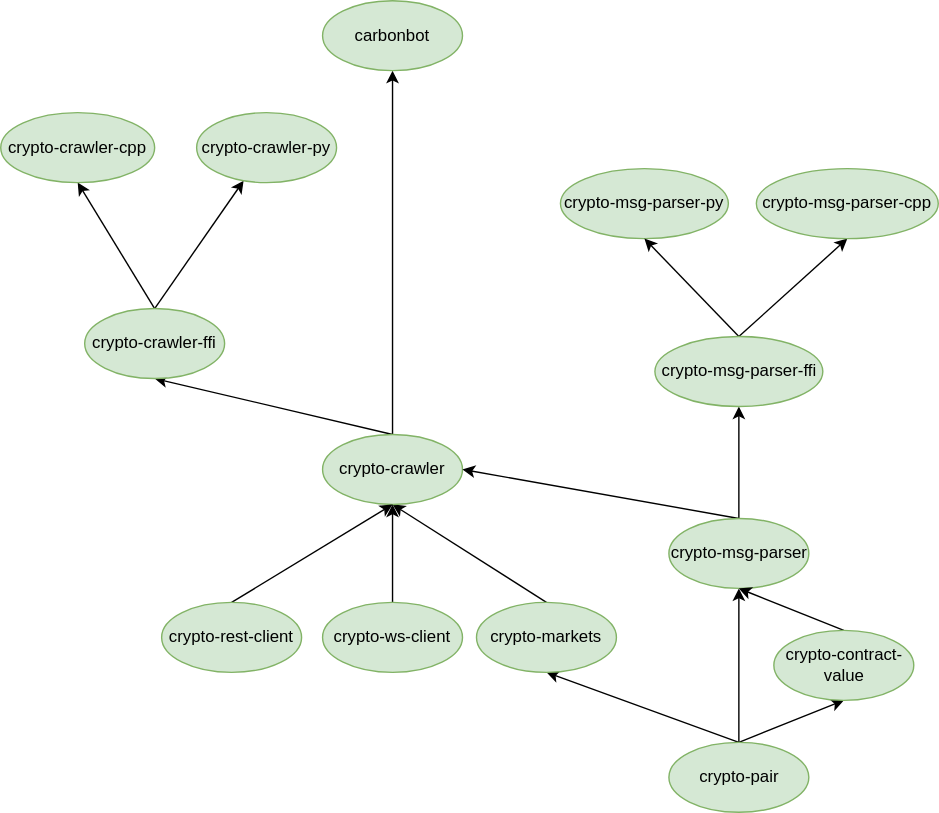
Before: dependency-tree.svg, a diagram exported from draw.io (crypto-crawler/crypto-crawler-rs). Source tidied: cells renumbered, new cells last; positions are measured from the earlier drawing's top-left corner, leaving out a move shared by most shapes.
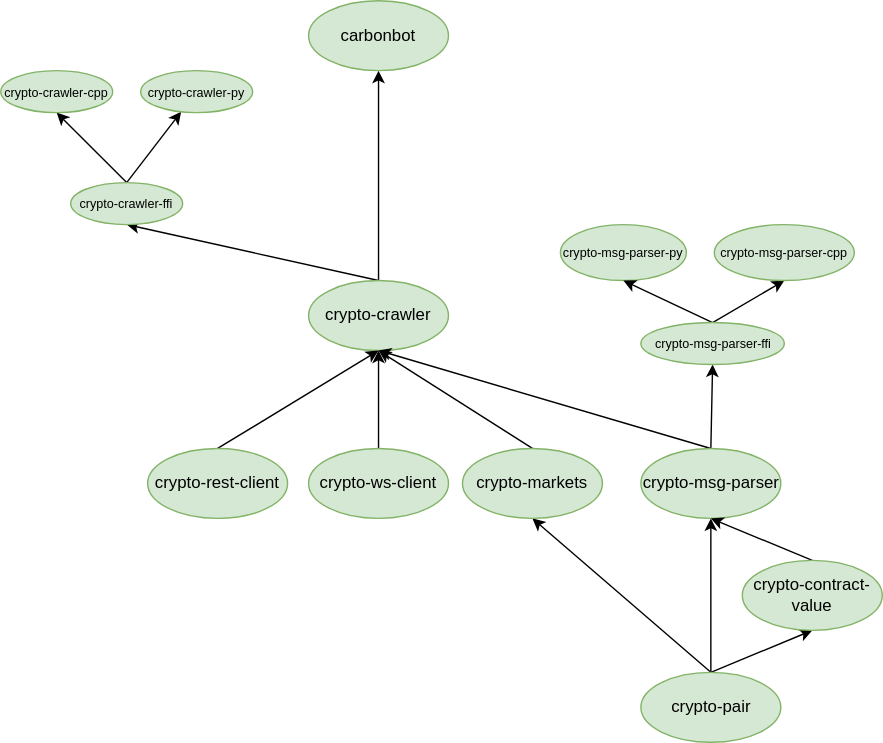
Later version of the same file.

What changed in the source:
```diff
@@ -12,7 +12,7 @@
       <mxGeometry relative="1" as="geometry" />
     </mxCell>
     <mxCell id="5" value="crypto-pair" style="ellipse;whiteSpace=wrap;html=1;fillColor=#d5e8d4;strokeColor=#82b366;" parent="1" vertex="1">
-      <mxGeometry x="477.5" y="530" width="100" height="50" as="geometry" />
+      <mxGeometry x="467.5" y="590" width="100" height="50" as="geometry" />
     </mxCell>
     <mxCell id="6" style="edgeStyle=none;rounded=0;jettySize=auto;html=1;exitX=0.5;exitY=0;exitDx=0;exitDy=0;entryX=0.5;entryY=1;entryDx=0;entryDy=0;" parent="1" edge="1" source="7" target="11">
       <mxGeometry relative="1" as="geometry" />
@@ -39,7 +39,7 @@
       <mxGeometry x="230" y="430" width="100" height="50" as="geometry" />
     </mxCell>
     <mxCell id="14" value="carbonbot" style="ellipse;whiteSpace=wrap;html=1;fillColor=#d5e8d4;strokeColor=#82b366;" parent="1" vertex="1">
-      <mxGeometry x="230" width="100" height="50" as="geometry" />
+      <mxGeometry x="230" y="110" width="100" height="50" as="geometry" />
     </mxCell>
     <mxCell id="15" style="edgeStyle=none;rounded=0;jettySize=auto;html=1;exitX=0.5;exitY=0;exitDx=0;exitDy=0;entryX=0.5;entryY=1;entryDx=0;entryDy=0;" parent="1" edge="1" source="16" target="11">
       <mxGeometry relative="1" as="geometry" />
@@ -47,35 +47,35 @@
     <mxCell id="16" value="crypto-rest-client" style="ellipse;whiteSpace=wrap;html=1;fillColor=#d5e8d4;strokeColor=#82b366;" parent="1" vertex="1">
       <mxGeometry x="115" y="430" width="100" height="50" as="geometry" />
     </mxCell>
-    <mxCell id="17" style="edgeStyle=none;rounded=0;jettySize=auto;html=1;exitX=0.5;exitY=0;exitDx=0;exitDy=0;entryX=1;entryY=0.5;entryDx=0;entryDy=0;exitPerimeter=0;" parent="1" edge="1" source="19" target="11">
+    <mxCell id="17" style="edgeStyle=none;rounded=0;jettySize=auto;html=1;exitX=0.5;exitY=0;exitDx=0;exitDy=0;entryX=0.5;entryY=1;entryDx=0;entryDy=0;exitPerimeter=0;" parent="1" edge="1" source="19" target="11">
       <mxGeometry relative="1" as="geometry" />
     </mxCell>
     <mxCell id="18" style="edgeStyle=none;rounded=0;jettySize=auto;html=1;exitX=0.5;exitY=0;exitDx=0;exitDy=0;entryX=0.5;entryY=1;entryDx=0;entryDy=0;" parent="1" edge="1" source="19" target="29">
       <mxGeometry relative="1" as="geometry" />
     </mxCell>
     <mxCell id="19" value="crypto-msg-parser" style="ellipse;whiteSpace=wrap;html=1;fillColor=#d5e8d4;strokeColor=#82b366;" parent="1" vertex="1">
-      <mxGeometry x="477.5" y="370" width="100" height="50" as="geometry" />
+      <mxGeometry x="467.5" y="430" width="100" height="50" as="geometry" />
     </mxCell>
     <mxCell id="20" style="edgeStyle=none;rounded=0;jettySize=auto;html=1;exitX=0.5;exitY=0;exitDx=0;exitDy=0;entryX=0.5;entryY=1;entryDx=0;entryDy=0;" parent="1" edge="1" source="21" target="19">
       <mxGeometry relative="1" as="geometry" />
     </mxCell>
     <mxCell id="21" value="crypto-contract-value" style="ellipse;whiteSpace=wrap;html=1;fillColor=#d5e8d4;strokeColor=#82b366;" parent="1" vertex="1">
-      <mxGeometry x="552.5" y="450" width="100" height="50" as="geometry" />
+      <mxGeometry x="540" y="510" width="100" height="50" as="geometry" />
     </mxCell>
-    <mxCell id="22" value="crypto-crawler-py" style="ellipse;whiteSpace=wrap;html=1;fillColor=#d5e8d4;strokeColor=#82b366;" parent="1" vertex="1">
-      <mxGeometry x="140" y="80" width="100" height="50" as="geometry" />
+    <mxCell id="22" value="&lt;font style=&quot;font-size: 9px&quot;&gt;crypto-crawler-py&lt;/font&gt;" style="ellipse;whiteSpace=wrap;html=1;fillColor=#d5e8d4;strokeColor=#82b366;" parent="1" vertex="1">
+      <mxGeometry x="110" y="160" width="80" height="30" as="geometry" />
     </mxCell>
-    <mxCell id="23" value="crypto-msg-parser-py" style="ellipse;whiteSpace=wrap;html=1;fillColor=#d5e8d4;strokeColor=#82b366;" parent="1" vertex="1">
-      <mxGeometry x="400" y="120" width="120" height="50" as="geometry" />
+    <mxCell id="23" value="&lt;font style=&quot;font-size: 9px&quot;&gt;crypto-msg-parser-py&lt;/font&gt;" style="ellipse;whiteSpace=wrap;html=1;fillColor=#d5e8d4;strokeColor=#82b366;" parent="1" vertex="1">
+      <mxGeometry x="410" y="270" width="90" height="40" as="geometry" />
     </mxCell>
     <mxCell id="24" style="edgeStyle=none;rounded=0;jettySize=auto;html=1;exitX=0.5;exitY=0;exitDx=0;exitDy=0;entryX=0.5;entryY=1;entryDx=0;entryDy=0;" parent="1" edge="1" source="25" target="26">
       <mxGeometry relative="1" as="geometry" />
     </mxCell>
-    <mxCell id="25" value="crypto-crawler-ffi" style="ellipse;whiteSpace=wrap;html=1;fillColor=#d5e8d4;strokeColor=#82b366;" parent="1" vertex="1">
-      <mxGeometry x="60" y="220" width="100" height="50" as="geometry" />
+    <mxCell id="25" value="&lt;font style=&quot;font-size: 9px&quot;&gt;crypto-crawler-ffi&lt;/font&gt;" style="ellipse;whiteSpace=wrap;html=1;fillColor=#d5e8d4;strokeColor=#82b366;" parent="1" vertex="1">
+      <mxGeometry x="60" y="240" width="80" height="30" as="geometry" />
     </mxCell>
-    <mxCell id="26" value="crypto-crawler-cpp" style="ellipse;whiteSpace=wrap;html=1;fillColor=#d5e8d4;strokeColor=#82b366;" parent="1" vertex="1">
-      <mxGeometry y="80" width="110" height="50" as="geometry" />
+    <mxCell id="26" value="&lt;font style=&quot;font-size: 9px&quot;&gt;crypto-crawler-cpp&lt;/font&gt;" style="ellipse;whiteSpace=wrap;html=1;fillColor=#d5e8d4;strokeColor=#82b366;" parent="1" vertex="1">
+      <mxGeometry x="10" y="160" width="80" height="30" as="geometry" />
     </mxCell>
     <mxCell id="27" style="edgeStyle=none;rounded=0;jettySize=auto;html=1;exitX=0.5;exitY=0;exitDx=0;exitDy=0;entryX=0.5;entryY=1;entryDx=0;entryDy=0;" parent="1" edge="1" source="29" target="30">
       <mxGeometry relative="1" as="geometry" />
@@ -83,11 +83,11 @@
     <mxCell id="28" style="edgeStyle=none;rounded=0;jettySize=auto;html=1;exitX=0.5;exitY=0;exitDx=0;exitDy=0;entryX=0.5;entryY=1;entryDx=0;entryDy=0;" parent="1" edge="1" source="29" target="23">
       <mxGeometry relative="1" as="geometry" />
     </mxCell>
-    <mxCell id="29" value="crypto-msg-parser-ffi" style="ellipse;whiteSpace=wrap;html=1;fillColor=#d5e8d4;strokeColor=#82b366;" parent="1" vertex="1">
-      <mxGeometry x="467.5" y="240" width="120" height="50" as="geometry" />
+    <mxCell id="29" value="&lt;font style=&quot;font-size: 9px&quot;&gt;crypto-msg-parser-ffi&lt;/font&gt;" style="ellipse;whiteSpace=wrap;html=1;fillColor=#d5e8d4;strokeColor=#82b366;" parent="1" vertex="1">
+      <mxGeometry x="467.5" y="340" width="102.5" height="30" as="geometry" />
     </mxCell>
-    <mxCell id="30" value="crypto-msg-parser-cpp" style="ellipse;whiteSpace=wrap;html=1;fillColor=#d5e8d4;strokeColor=#82b366;" parent="1" vertex="1">
-      <mxGeometry x="540" y="120" width="130" height="50" as="geometry" />
+    <mxCell id="30" value="&lt;font style=&quot;font-size: 9px&quot;&gt;crypto-msg-parser-cpp&lt;/font&gt;" style="ellipse;whiteSpace=wrap;html=1;fillColor=#d5e8d4;strokeColor=#82b366;" parent="1" vertex="1">
+      <mxGeometry x="520" y="270" width="100" height="40" as="geometry" />
     </mxCell>
   </root>
 </mxGraphModel>
```
